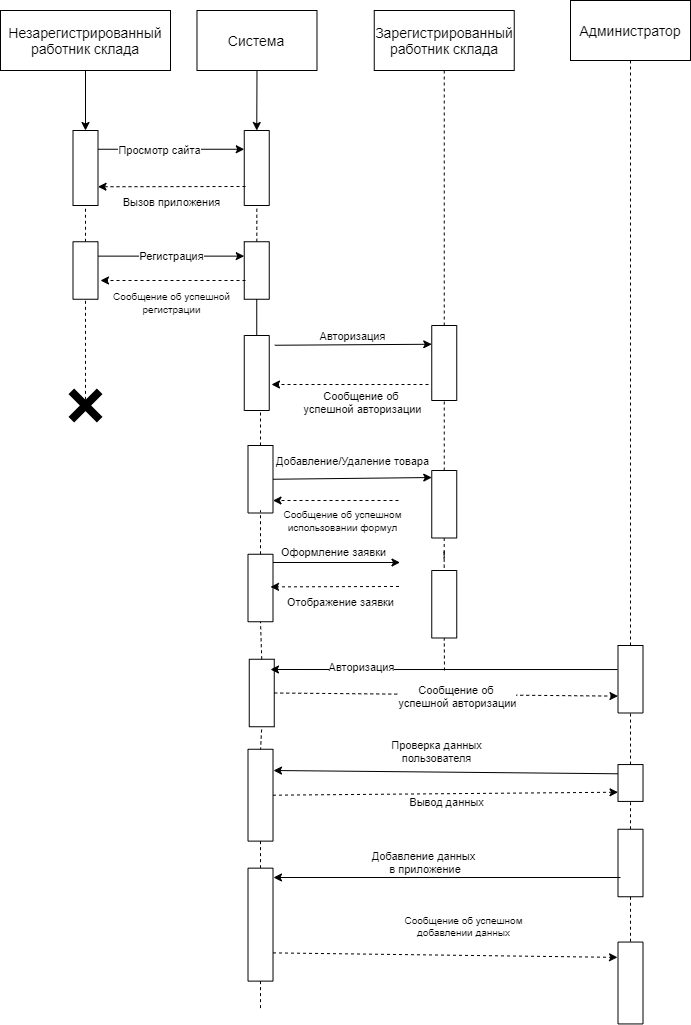
Above: Диаграммы/Диаграмма последовательности.png in NadenkaTropanova/Warehouse (draw.io), before the change. Source tidied: cells renumbered, new cells last; positions are measured from the earlier drawing's top-left corner, leaving out a move shared by most shapes.
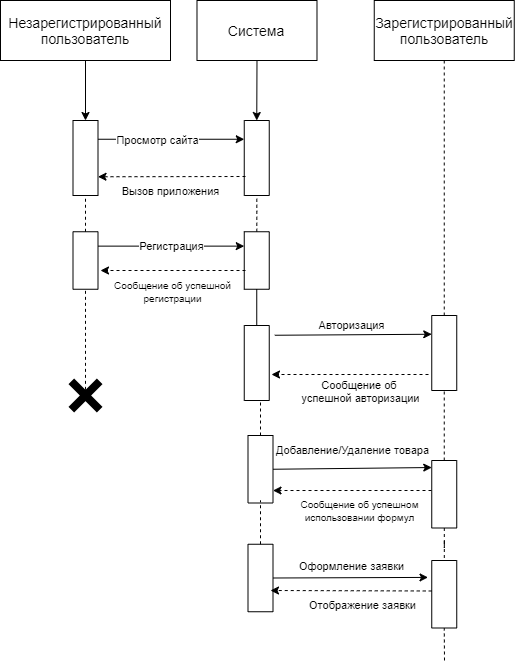
The same diagram one commit later.

Diff of the diagram source:
```diff
@@ -2,18 +2,15 @@
   <root>
     <mxCell id="0" />
     <mxCell id="1" parent="0" />
-    <mxCell id="2" value="&lt;span style=&quot;font-size: 14px&quot;&gt;Незарегистрированный работник склада&lt;/span&gt;" style="rounded=0;whiteSpace=wrap;html=1;" parent="1" vertex="1">
+    <mxCell id="2" value="&lt;span style=&quot;font-size: 14px&quot;&gt;Незарегистрированный пользователь&lt;/span&gt;" style="rounded=0;whiteSpace=wrap;html=1;" parent="1" vertex="1">
       <mxGeometry y="10" width="170" height="60" as="geometry" />
     </mxCell>
     <mxCell id="3" value="&lt;font style=&quot;font-size: 14px&quot;&gt;Система&lt;/font&gt;" style="rounded=0;whiteSpace=wrap;html=1;" parent="1" vertex="1">
       <mxGeometry x="196.5" y="10" width="120" height="60" as="geometry" />
     </mxCell>
-    <mxCell id="4" value="&lt;font style=&quot;font-size: 14px&quot;&gt;Зарегистрированный работник склада&lt;/font&gt;" style="rounded=0;whiteSpace=wrap;html=1;" parent="1" vertex="1">
+    <mxCell id="4" value="&lt;font style=&quot;font-size: 14px&quot;&gt;Зарегистрированный пользователь&lt;/font&gt;" style="rounded=0;whiteSpace=wrap;html=1;" parent="1" vertex="1">
       <mxGeometry x="373.8" y="10" width="140" height="60" as="geometry" />
     </mxCell>
-    <mxCell id="5" value="&lt;font style=&quot;font-size: 14px&quot;&gt;Администратор&lt;/font&gt;" style="rounded=0;whiteSpace=wrap;html=1;" parent="1" vertex="1">
-      <mxGeometry x="570" width="120" height="60" as="geometry" />
-    </mxCell>
     <mxCell id="6" style="endArrow=classic;html=1;exitX=0.5;exitY=1;exitDx=0;exitDy=0;entryX=0;entryY=0.5;entryDx=0;entryDy=0;" parent="1" edge="1" source="2" target="8">
       <mxGeometry relative="1" as="geometry" />
     </mxCell>
@@ -96,28 +93,6 @@
         <mxPoint x="260" y="510" as="targetPoint" />
       </mxGeometry>
     </mxCell>
-    <mxCell id="29" style="rounded=0;whiteSpace=wrap;html=1;rotation=90;" parent="1" vertex="1">
-      <mxGeometry x="227.5" y="680" width="67.5" height="25" as="geometry" />
-    </mxCell>
-    <mxCell id="30" style="endArrow=none;dashed=1;html=1;exitX=0;exitY=0.5;exitDx=0;exitDy=0;entryX=1;entryY=0.5;entryDx=0;entryDy=0;" parent="1" edge="1" source="29" target="27">
-      <mxGeometry relative="1" as="geometry" />
-    </mxCell>
-    <mxCell id="31" style="endArrow=none;dashed=1;html=1;entryX=1;entryY=0.5;entryDx=0;entryDy=0;" parent="1" edge="1" target="29">
-      <mxGeometry relative="1" as="geometry">
-        <mxPoint x="260" y="750" as="sourcePoint" />
-      </mxGeometry>
-    </mxCell>
-    <mxCell id="32" style="rounded=0;whiteSpace=wrap;html=1;rotation=90;" parent="1" vertex="1">
-      <mxGeometry x="214.1" y="782.2" width="91.9" height="25" as="geometry" />
-    </mxCell>
-    <mxCell id="33" style="endArrow=none;dashed=1;html=1;exitX=0;exitY=0.5;exitDx=0;exitDy=0;" parent="1" edge="1" source="34">
-      <mxGeometry relative="1" as="geometry">
-        <mxPoint x="260" y="840" as="targetPoint" />
-      </mxGeometry>
-    </mxCell>
-    <mxCell id="34" style="rounded=0;whiteSpace=wrap;html=1;rotation=90;" parent="1" vertex="1">
-      <mxGeometry x="203.5" y="911.6" width="113" height="25" as="geometry" />
-    </mxCell>
     <mxCell id="35" style="endArrow=none;dashed=1;html=1;entryX=0.5;entryY=1;entryDx=0;entryDy=0;exitX=0;exitY=0.5;exitDx=0;exitDy=0;" parent="1" edge="1" source="36" target="4">
       <mxGeometry relative="1" as="geometry" />
     </mxCell>
@@ -158,11 +133,6 @@
     <mxCell id="45" style="endArrow=classic;html=1;entryX=0.104;entryY=1;entryDx=0;entryDy=0;exitX=0.5;exitY=0;exitDx=0;exitDy=0;entryPerimeter=0;" parent="1" edge="1" source="25" target="38">
       <mxGeometry relative="1" as="geometry" />
     </mxCell>
-    <mxCell id="46" value="Проверка данных&lt;br&gt;пользователя" style="edgeLabel;html=1;align=center;verticalAlign=middle;" parent="45" vertex="1">
-      <mxGeometry x="0.34" y="2" relative="1" as="geometry">
-        <mxPoint x="55" y="274" as="offset" />
-      </mxGeometry>
-    </mxCell>
     <mxCell id="47" value="Добавление/Удаление товара" style="edgeLabel;html=1;align=center;verticalAlign=middle;" parent="45" vertex="1">
       <mxGeometry x="-0.45" y="3" relative="1" as="geometry">
         <mxPoint x="35" y="-16" as="offset" />
@@ -170,42 +140,26 @@
     </mxCell>
     <mxCell id="48" value="&lt;font style=&quot;font-size: 10px&quot;&gt;Сообщение об успешном&lt;br&gt;использовании формул&lt;/font&gt;" style="endArrow=classic;html=1;dashed=1;entryX=0.815;entryY=0;entryDx=0;entryDy=0;entryPerimeter=0;" parent="1" edge="1" target="25">
       <mxGeometry x="-0.08" y="20" relative="1" as="geometry">
-        <mxPoint x="398" y="500" as="sourcePoint" />
+        <mxPoint x="431" y="500" as="sourcePoint" />
         <mxPoint x="1" as="offset" />
       </mxGeometry>
     </mxCell>
-    <mxCell id="49" value="Вывод данных" style="edgeLabel;html=1;align=center;verticalAlign=middle;" parent="48" vertex="1">
-      <mxGeometry x="-0.3" y="1" relative="1" as="geometry">
-        <mxPoint x="90" y="299" as="offset" />
-      </mxGeometry>
-    </mxCell>
-    <mxCell id="50" style="endArrow=classic;html=1;" parent="1" edge="1">
+    <mxCell id="50" style="endArrow=classic;html=1;exitX=0.5;exitY=0;exitDx=0;exitDy=0;" parent="1" edge="1" source="27">
       <mxGeometry relative="1" as="geometry">
-        <mxPoint x="272.5" y="562" as="sourcePoint" />
-        <mxPoint x="399.5" y="562" as="targetPoint" />
+        <mxPoint x="427.5" y="586.9" as="targetPoint" />
       </mxGeometry>
     </mxCell>
-    <mxCell id="51" value="Добавление данных&lt;br&gt;&amp;nbsp;в приложение" style="edgeLabel;html=1;align=center;verticalAlign=middle;" parent="50" vertex="1">
-      <mxGeometry x="0.19" y="5" relative="1" as="geometry">
-        <mxPoint x="72" y="303" as="offset" />
-      </mxGeometry>
-    </mxCell>
     <mxCell id="52" value="Оформление заявки" style="edgeLabel;html=1;align=center;verticalAlign=middle;" parent="50" vertex="1">
       <mxGeometry x="0.39" y="3" relative="1" as="geometry">
         <mxPoint x="-31.1" y="-9" as="offset" />
       </mxGeometry>
     </mxCell>
-    <mxCell id="53" style="endArrow=classic;html=1;dashed=1;exitX=0.653;exitY=0.94;exitDx=0;exitDy=0;exitPerimeter=0;" parent="1" edge="1">
+    <mxCell id="53" style="endArrow=classic;html=1;dashed=1;exitX=0.25;exitY=1;exitDx=0;exitDy=0;" parent="1" edge="1">
       <mxGeometry relative="1" as="geometry">
-        <mxPoint x="398.5" y="586" as="sourcePoint" />
-        <mxPoint x="270" y="586.4" as="targetPoint" />
+        <mxPoint x="431.2" y="600.5" as="sourcePoint" />
+        <mxPoint x="270" y="600" as="targetPoint" />
       </mxGeometry>
     </mxCell>
-    <mxCell id="54" value="Сообщение об успешном&lt;br style=&quot;font-size: 10px;&quot;&gt;добавлении данных&lt;br style=&quot;font-size: 10px;&quot;&gt;&amp;nbsp;" style="edgeLabel;html=1;align=center;verticalAlign=middle;fontSize=10;" parent="53" vertex="1">
-      <mxGeometry x="-0.16" y="1" relative="1" as="geometry">
-        <mxPoint x="116" y="343" as="offset" />
-      </mxGeometry>
-    </mxCell>
     <mxCell id="55" value="Отображение заявки" style="edgeLabel;html=1;align=center;verticalAlign=middle;" parent="53" vertex="1">
       <mxGeometry x="-0.35" y="-3" relative="1" as="geometry">
         <mxPoint x="-17.1" y="16.9" as="offset" />
@@ -216,69 +170,5 @@
         <mxPoint x="444" y="670" as="sourcePoint" />
       </mxGeometry>
     </mxCell>
-    <mxCell id="57" style="endArrow=classic;html=1;exitX=0.356;exitY=1.02;exitDx=0;exitDy=0;exitPerimeter=0;" parent="1" edge="1" source="60">
-      <mxGeometry relative="1" as="geometry">
-        <mxPoint x="270" y="669" as="targetPoint" />
-      </mxGeometry>
-    </mxCell>
-    <mxCell id="58" style="endArrow=classic;html=1;dashed=1;entryX=0.75;entryY=1;entryDx=0;entryDy=0;exitX=0.5;exitY=0;exitDx=0;exitDy=0;" parent="1" edge="1" source="29" target="60">
-      <mxGeometry relative="1" as="geometry" />
-    </mxCell>
-    <mxCell id="59" style="endArrow=none;dashed=1;html=1;entryX=0.5;entryY=1;entryDx=0;entryDy=0;exitX=0;exitY=0.5;exitDx=0;exitDy=0;" parent="1" edge="1" source="60" target="5">
-      <mxGeometry relative="1" as="geometry" />
-    </mxCell>
-    <mxCell id="60" style="rounded=0;whiteSpace=wrap;html=1;rotation=90;" parent="1" vertex="1">
-      <mxGeometry x="596.2" y="666.2" width="67.5" height="25" as="geometry" />
-    </mxCell>
-    <mxCell id="61" style="rounded=0;whiteSpace=wrap;html=1;rotation=90;" parent="1" vertex="1">
-      <mxGeometry x="611.6" y="770" width="36.9" height="25" as="geometry" />
-    </mxCell>
-    <mxCell id="62" style="endArrow=none;dashed=1;html=1;entryX=1;entryY=0.5;entryDx=0;entryDy=0;exitX=0;exitY=0.5;exitDx=0;exitDy=0;" parent="1" edge="1" source="61" target="60">
-      <mxGeometry relative="1" as="geometry" />
-    </mxCell>
-    <mxCell id="63" style="endArrow=classic;html=1;exitX=0.25;exitY=1;exitDx=0;exitDy=0;" parent="1" edge="1" source="61">
-      <mxGeometry relative="1" as="geometry">
-        <mxPoint x="273" y="770" as="targetPoint" />
-      </mxGeometry>
-    </mxCell>
-    <mxCell id="64" style="endArrow=none;dashed=1;html=1;exitX=1;exitY=0.5;exitDx=0;exitDy=0;" parent="1" edge="1" source="34">
-      <mxGeometry relative="1" as="geometry">
-        <mxPoint x="260" y="1010" as="targetPoint" />
-      </mxGeometry>
-    </mxCell>
-    <mxCell id="65" style="endArrow=none;dashed=1;html=1;entryX=1;entryY=0.5;entryDx=0;entryDy=0;exitX=0;exitY=0.5;exitDx=0;exitDy=0;" parent="1" edge="1" source="66" target="61">
-      <mxGeometry relative="1" as="geometry" />
-    </mxCell>
-    <mxCell id="66" style="rounded=0;whiteSpace=wrap;html=1;rotation=90;" parent="1" vertex="1">
-      <mxGeometry x="596.2" y="850" width="67.5" height="25" as="geometry" />
-    </mxCell>
-    <mxCell id="67" style="endArrow=none;dashed=1;html=1;exitX=1;exitY=0.5;exitDx=0;exitDy=0;entryX=0;entryY=0.5;entryDx=0;entryDy=0;" parent="1" edge="1" source="66" target="68">
-      <mxGeometry relative="1" as="geometry" />
-    </mxCell>
-    <mxCell id="68" style="rounded=0;whiteSpace=wrap;html=1;rotation=90;" parent="1" vertex="1">
-      <mxGeometry x="589.1" y="970" width="81.9" height="25" as="geometry" />
-    </mxCell>
-    <mxCell id="69" style="endArrow=classic;html=1;dashed=1;entryX=0.187;entryY=1.02;entryDx=0;entryDy=0;entryPerimeter=0;exitX=0.75;exitY=0;exitDx=0;exitDy=0;" parent="1" edge="1" source="34" target="68">
-      <mxGeometry relative="1" as="geometry" />
-    </mxCell>
-    <mxCell id="70" style="endArrow=classic;html=1;" parent="1" edge="1">
-      <mxGeometry relative="1" as="geometry">
-        <mxPoint x="620" y="877" as="sourcePoint" />
-        <mxPoint x="273" y="877" as="targetPoint" />
-      </mxGeometry>
-    </mxCell>
-    <mxCell id="71" style="endArrow=classic;html=1;dashed=1;exitX=0.5;exitY=0;exitDx=0;exitDy=0;entryX=0.75;entryY=1;entryDx=0;entryDy=0;" parent="1" edge="1" source="32" target="61">
-      <mxGeometry relative="1" as="geometry" />
-    </mxCell>
-    <mxCell id="72" value="Авторизация" style="edgeLabel;html=1;align=center;verticalAlign=middle;" parent="1" vertex="1">
-      <mxGeometry x="227.5" y="440" as="geometry">
-        <mxPoint x="132" y="225" as="offset" />
-      </mxGeometry>
-    </mxCell>
-    <mxCell id="73" value="Сообщение об &lt;br&gt;успешной авторизации" style="edgeLabel;html=1;align=center;verticalAlign=middle;" parent="1" vertex="1">
-      <mxGeometry x="370" y="405" as="geometry">
-        <mxPoint x="85" y="289" as="offset" />
-      </mxGeometry>
-    </mxCell>
   </root>
 </mxGraphModel>
```
